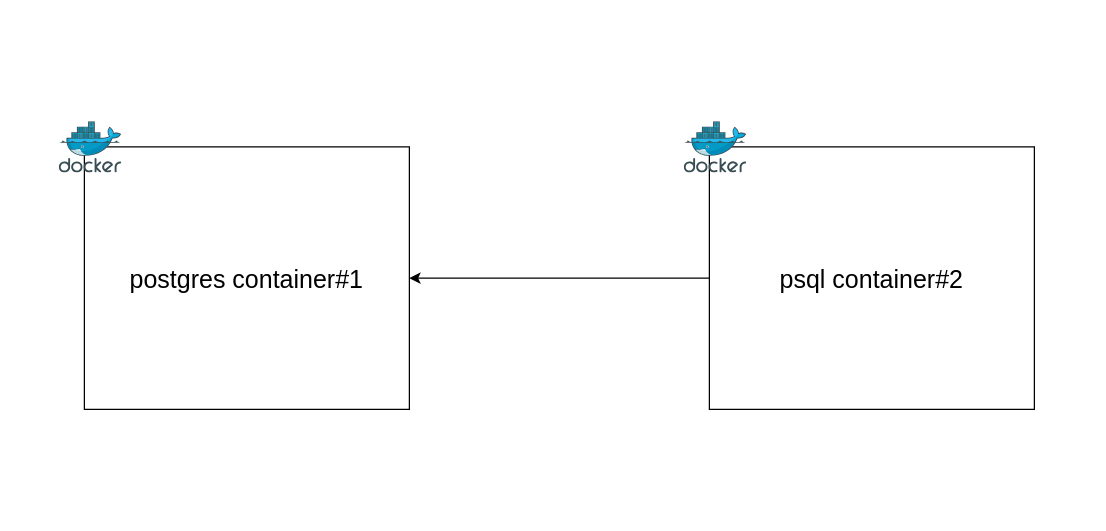
The draw.io diagram page "exercice1" (2 of 3) of planning.drawio in argonaultes-education/hexagone-3b-3INSI-2026, before the edit. Source tidied: cells renumbered, new cells numbered last; positions are measured from the earlier drawing's top-left corner, leaving out a move shared by most shapes. Both pictures are drawn from the tidied source at 125%, with x=0, y=0 at pixel (59, 121).
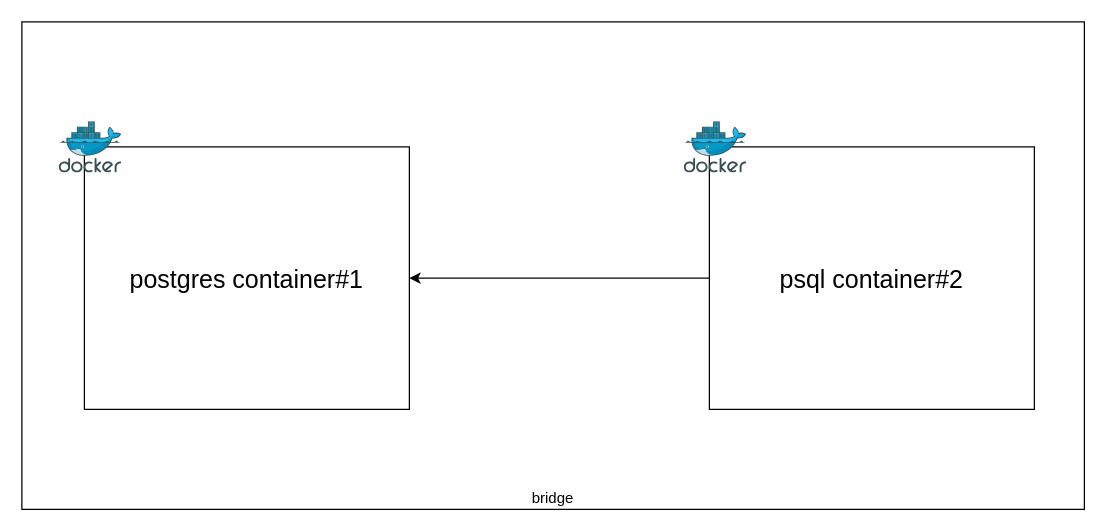
The same diagram, later.

Change to the diagram source:
```diff
@@
 <mxGraphModel>
   <root>
     <mxCell id="0" />
     <mxCell id="1" parent="0" />
+    <mxCell id="7" value="bridge" style="rounded=0;whiteSpace=wrap;html=1;verticalAlign=bottom;" parent="1" vertex="1">
+      <mxGeometry x="-30" y="-80" width="850" height="390" as="geometry" />
+    </mxCell>
     <mxCell id="2" value="postgres container#1" style="rounded=0;whiteSpace=wrap;html=1;fontSize=20;" parent="1" vertex="1">
       <mxGeometry x="20" y="20" width="260" height="210" as="geometry" />
     </mxCell>
     <mxCell id="3" style="image;sketch=0;html=1;align=center;fontSize=12;image=img/lib/mscae/Docker.svg;" parent="1" vertex="1">
       <mxGeometry width="50" height="41" as="geometry" />
     </mxCell>
     <mxCell id="4" style="edgeStyle=orthogonalEdgeStyle;rounded=0;jettySize=auto;html=1;" parent="1" edge="1" source="5" target="2">
       <mxGeometry relative="1" as="geometry" />
     </mxCell>
     <mxCell id="5" value="psql container#2" style="rounded=0;whiteSpace=wrap;html=1;fontSize=20;" parent="1" vertex="1">
       <mxGeometry x="520" y="20" width="260" height="210" as="geometry" />
     </mxCell>
     <mxCell id="6" style="image;sketch=0;html=1;align=center;fontSize=12;image=img/lib/mscae/Docker.svg;" parent="1" vertex="1">
       <mxGeometry x="500" width="50" height="41" as="geometry" />
     </mxCell>
   </root>
 </mxGraphModel>
```
